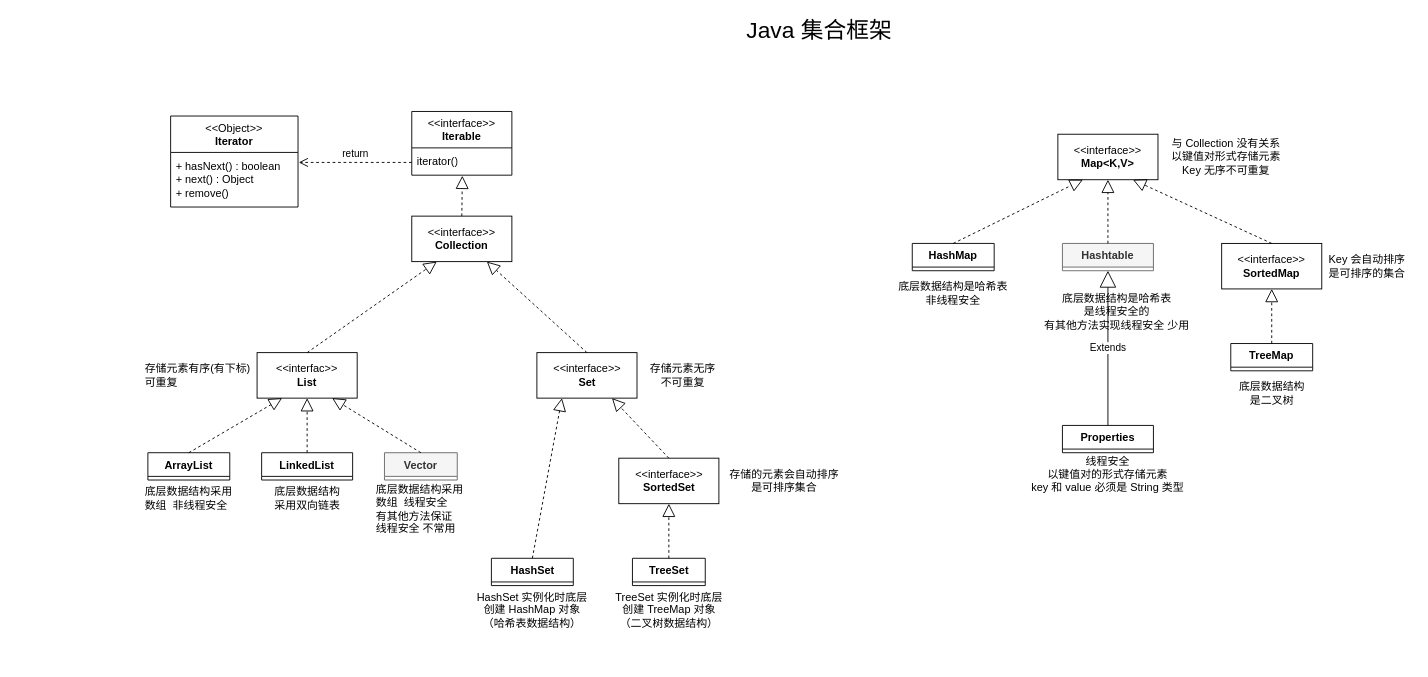
Before: Java集合框架.drawio in Bluuur/draw.io, a draw.io diagram. Source tidied: cells renumbered, new cells numbered last; positions are measured from the earlier drawing's top-left corner, leaving out a move shared by most shapes. Both pictures are drawn from the tidied source at 91%, with x=0, y=0 at pixel (143, 15).
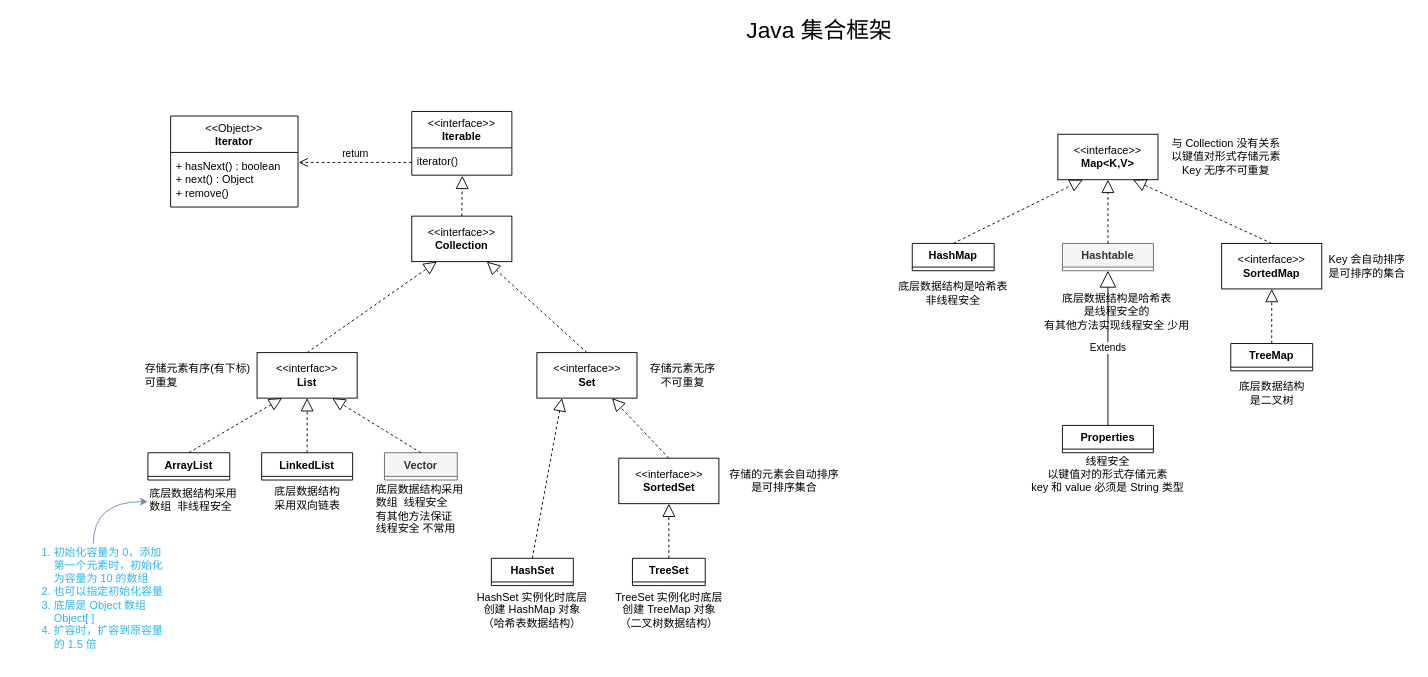
The same diagram, later.

Commit message:
更新Java集合框架.drawio

What changed in the source:
```diff
@@
-    <mxCell id="31" value="&lt;span style=&quot;background-color: initial;&quot;&gt;底层数据结构采用数组&amp;nbsp;&amp;nbsp;&lt;/span&gt;&lt;span style=&quot;background-color: initial;&quot;&gt;非线程安全&lt;/span&gt;" style="text;html=1;strokeColor=none;fillColor=none;align=left;verticalAlign=middle;whiteSpace=wrap;rounded=0;" parent="1" vertex="1">
-      <mxGeometry y="485" width="100" height="90" as="geometry" />
+    <mxCell id="31" value="&lt;span style=&quot;background-color: initial;&quot;&gt;底层数据结构采用数组&amp;nbsp;&amp;nbsp;&lt;/span&gt;&lt;span style=&quot;background-color: initial;&quot;&gt;非线程安全&lt;br&gt;&lt;br&gt;&lt;br&gt;&lt;br&gt;&lt;/span&gt;" style="text;html=1;strokeColor=none;fillColor=none;align=left;verticalAlign=middle;whiteSpace=wrap;rounded=0;" parent="1" vertex="1">
+      <mxGeometry x="5" y="515" width="100" height="75" as="geometry" />
     </mxCell>
@@
+    <mxCell id="51" style="edgeStyle=orthogonalEdgeStyle;jettySize=auto;html=1;exitX=0.5;exitY=0;exitDx=0;exitDy=0;entryX=0;entryY=0.25;entryDx=0;entryDy=0;fontColor=#29b6f2;curved=1;fillColor=#dae8fc;strokeColor=#6c8ebf;" parent="1" edge="1" source="52" target="31">
+      <mxGeometry relative="1" as="geometry" />
+    </mxCell>
+    <mxCell id="52" value="&lt;ol&gt;&lt;li&gt;初始化容量为 0，添加第一个元素时，初始化为容量为 10 的数组&lt;/li&gt;&lt;li&gt;也可以指定初始化容量&lt;/li&gt;&lt;li&gt;&lt;span style=&quot;&quot;&gt;底层是 Object 数组 Object[ ]&lt;/span&gt;&lt;/li&gt;&lt;li&gt;&lt;span style=&quot;&quot;&gt;扩容时，扩容到原容量的 1.5 倍&lt;/span&gt;&lt;/li&gt;&lt;/ol&gt;" style="text;html=1;align=left;verticalAlign=middle;whiteSpace=wrap;rounded=1;fontColor=#29b6f2;" parent="1" vertex="1">
+      <mxGeometry x="-140" y="580" width="170" height="120" as="geometry" />
+    </mxCell>
```
